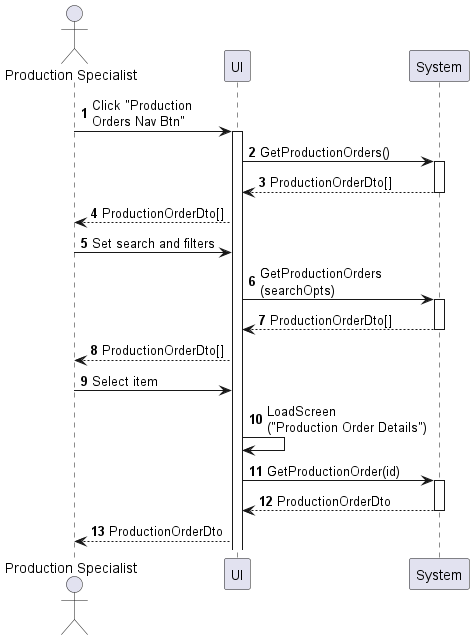
Earlier version of the PlantUML export sequences/production-order-view.png (phihungha/scmss-reqs).
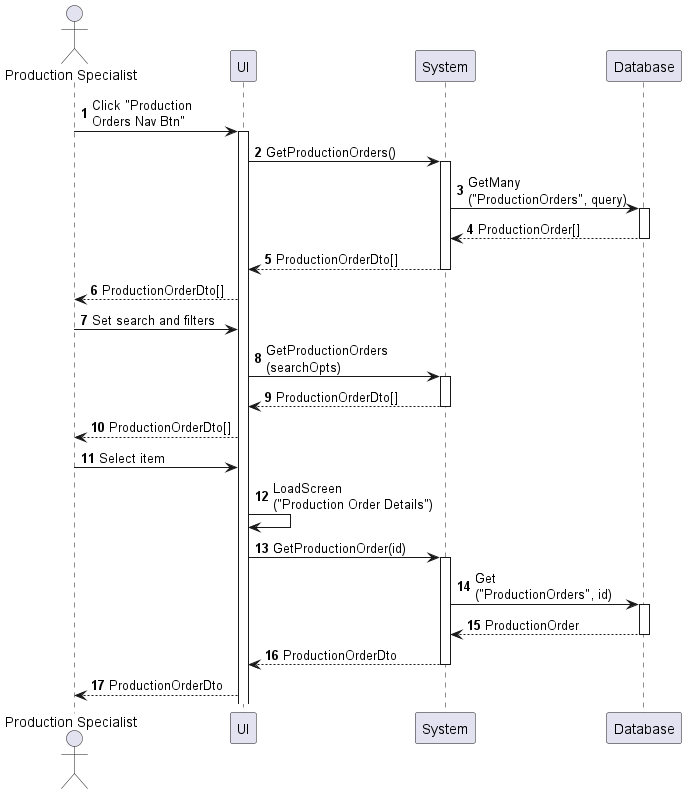
Later version of the same file.

The edit, as a diff of the source:
```diff
@@ -4,11 +4,15 @@
 actor "Production Specialist" as a
 participant UI as f
 participant System as b
+participant Database as d
 
 a -> f : Click "Production\nOrders Nav Btn"
 activate f
 f -> b : GetProductionOrders()
 activate b
+b -> d : GetMany\n("ProductionOrders", query)
+activate d
+return ProductionOrder[]
 return ProductionOrderDto[]
 f --> a : ProductionOrderDto[]
 a -> f : Set search and filters
@@ -20,6 +24,9 @@
 f -> f : LoadScreen\n("Production Order Details")
 f -> b : GetProductionOrder(id)
 activate b
+b -> d : Get\n("ProductionOrders", id)
+activate d
+return ProductionOrder
 return ProductionOrderDto
 f --> a : ProductionOrderDto
 @enduml
```
